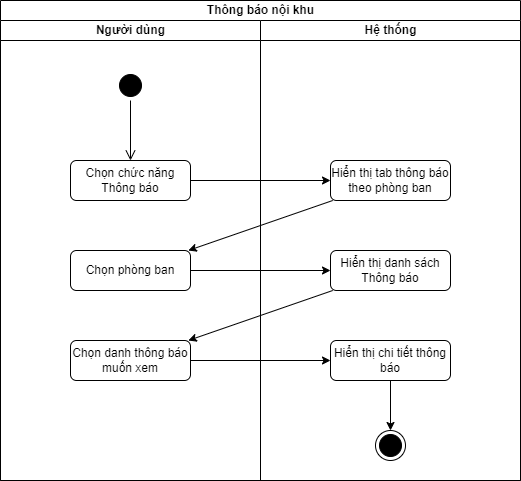
The draw.io diagram activity diagram/Thông báo nội khu-Xem thông báo nội khu.drawio.png in kienndhn/draw-io, before a commit. Source tidied: cells renumbered, new cells last; positions are measured from the earlier drawing's top-left corner, leaving out a move shared by most shapes.
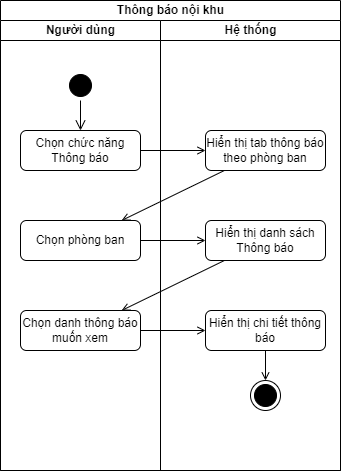
After the change.

Change to the diagram source:
```diff
@@ -3,58 +3,58 @@
     <mxCell id="0" />
     <mxCell id="1" parent="0" />
     <mxCell id="2" value="Thông báo nội khu" style="swimlane;startSize=20;html=1;" parent="1" vertex="1">
-      <mxGeometry width="520" height="480" as="geometry" />
+      <mxGeometry width="340" height="470" as="geometry" />
     </mxCell>
     <mxCell id="3" value="Người dùng" style="swimlane;startSize=20;html=1;" parent="2" vertex="1">
-      <mxGeometry y="20" width="260" height="460" as="geometry" />
+      <mxGeometry y="20" width="160" height="450" as="geometry" />
     </mxCell>
     <mxCell id="4" style="ellipse;html=1;shape=startState;fillColor=#000000;strokeColor=#000000;" parent="3" vertex="1">
-      <mxGeometry x="115" y="50" width="30" height="30" as="geometry" />
+      <mxGeometry x="65" y="50" width="30" height="30" as="geometry" />
     </mxCell>
     <mxCell id="5" style="edgeStyle=orthogonalEdgeStyle;html=1;verticalAlign=bottom;endArrow=open;endSize=8;strokeColor=#000000;rounded=0;" parent="3" edge="1" source="4" target="6">
       <mxGeometry relative="1" as="geometry" />
     </mxCell>
     <mxCell id="6" value="Chọn chức năng Thông báo" style="rounded=1;whiteSpace=wrap;html=1;strokeColor=#000000;" parent="3" vertex="1">
-      <mxGeometry x="70" y="140" width="120" height="40" as="geometry" />
+      <mxGeometry x="20" y="110" width="120" height="40" as="geometry" />
     </mxCell>
     <mxCell id="7" value="Chọn phòng ban" style="rounded=1;whiteSpace=wrap;html=1;strokeColor=#000000;" parent="3" vertex="1">
-      <mxGeometry x="70" y="230" width="120" height="40" as="geometry" />
+      <mxGeometry x="20" y="200" width="120" height="40" as="geometry" />
     </mxCell>
     <mxCell id="8" value="Chọn danh thông báo muốn xem" style="rounded=1;whiteSpace=wrap;html=1;strokeColor=#000000;" parent="3" vertex="1">
-      <mxGeometry x="70" y="320" width="120" height="40" as="geometry" />
+      <mxGeometry x="20" y="290" width="120" height="40" as="geometry" />
     </mxCell>
+    <mxCell id="15" style="edgeStyle=orthogonalEdgeStyle;rounded=0;jettySize=auto;html=1;strokeColor=#000000;endArrow=open;endFill=0;" parent="2" edge="1" source="6" target="10">
+      <mxGeometry relative="1" as="geometry" />
+    </mxCell>
+    <mxCell id="16" style="rounded=0;jettySize=auto;html=1;strokeColor=#000000;endArrow=open;endFill=0;" parent="2" edge="1" source="10" target="7">
+      <mxGeometry relative="1" as="geometry" />
+    </mxCell>
+    <mxCell id="17" style="edgeStyle=none;rounded=0;jettySize=auto;html=1;strokeColor=#000000;endArrow=open;endFill=0;" parent="2" edge="1" source="7" target="11">
+      <mxGeometry relative="1" as="geometry" />
+    </mxCell>
+    <mxCell id="18" style="edgeStyle=none;rounded=0;jettySize=auto;html=1;strokeColor=#000000;endArrow=open;endFill=0;" parent="2" edge="1" source="11" target="8">
+      <mxGeometry relative="1" as="geometry" />
+    </mxCell>
+    <mxCell id="19" style="edgeStyle=none;rounded=0;jettySize=auto;html=1;strokeColor=#000000;endArrow=open;endFill=0;" parent="2" edge="1" source="8" target="13">
+      <mxGeometry relative="1" as="geometry" />
+    </mxCell>
     <mxCell id="9" value="Hệ thống" style="swimlane;startSize=20;html=1;" parent="2" vertex="1">
-      <mxGeometry x="260" y="20" width="260" height="460" as="geometry" />
+      <mxGeometry x="160" y="20" width="180" height="450" as="geometry" />
     </mxCell>
     <mxCell id="10" value="Hiển thị tab thông báo theo phòng ban" style="rounded=1;whiteSpace=wrap;html=1;strokeColor=#000000;" parent="9" vertex="1">
-      <mxGeometry x="70" y="140" width="120" height="40" as="geometry" />
+      <mxGeometry x="45" y="110" width="120" height="40" as="geometry" />
     </mxCell>
     <mxCell id="11" value="Hiển thị danh sách Thông báo" style="rounded=1;whiteSpace=wrap;html=1;strokeColor=#000000;" parent="9" vertex="1">
-      <mxGeometry x="70" y="230" width="120" height="40" as="geometry" />
+      <mxGeometry x="45" y="200" width="120" height="40" as="geometry" />
     </mxCell>
-    <mxCell id="12" style="edgeStyle=none;rounded=0;jettySize=auto;html=1;strokeColor=#000000;" parent="9" edge="1" source="13" target="14">
+    <mxCell id="12" style="edgeStyle=none;rounded=0;jettySize=auto;html=1;strokeColor=#000000;entryX=0.5;entryY=0;entryDx=0;entryDy=0;endArrow=open;endFill=0;" parent="9" edge="1" source="13" target="14">
       <mxGeometry relative="1" as="geometry" />
     </mxCell>
     <mxCell id="13" value="Hiển thị chi tiết thông báo" style="rounded=1;whiteSpace=wrap;html=1;strokeColor=#000000;" parent="9" vertex="1">
-      <mxGeometry x="70" y="320" width="120" height="40" as="geometry" />
+      <mxGeometry x="45" y="290" width="120" height="40" as="geometry" />
     </mxCell>
     <mxCell id="14" style="ellipse;html=1;shape=endState;fillColor=#000000;strokeColor=#000000;" parent="9" vertex="1">
-      <mxGeometry x="115" y="410" width="30" height="30" as="geometry" />
+      <mxGeometry x="90" y="360" width="30" height="30" as="geometry" />
     </mxCell>
-    <mxCell id="15" style="edgeStyle=orthogonalEdgeStyle;rounded=0;jettySize=auto;html=1;strokeColor=#000000;" parent="2" edge="1" source="6" target="10">
-      <mxGeometry relative="1" as="geometry" />
-    </mxCell>
-    <mxCell id="16" style="rounded=0;jettySize=auto;html=1;strokeColor=#000000;" parent="2" edge="1" source="10" target="7">
-      <mxGeometry relative="1" as="geometry" />
-    </mxCell>
-    <mxCell id="17" style="edgeStyle=none;rounded=0;jettySize=auto;html=1;strokeColor=#000000;" parent="2" edge="1" source="7" target="11">
-      <mxGeometry relative="1" as="geometry" />
-    </mxCell>
-    <mxCell id="18" style="edgeStyle=none;rounded=0;jettySize=auto;html=1;strokeColor=#000000;" parent="2" edge="1" source="11" target="8">
-      <mxGeometry relative="1" as="geometry" />
-    </mxCell>
-    <mxCell id="19" style="edgeStyle=none;rounded=0;jettySize=auto;html=1;strokeColor=#000000;" parent="2" edge="1" source="8" target="13">
-      <mxGeometry relative="1" as="geometry" />
-    </mxCell>
   </root>
 </mxGraphModel>
```
